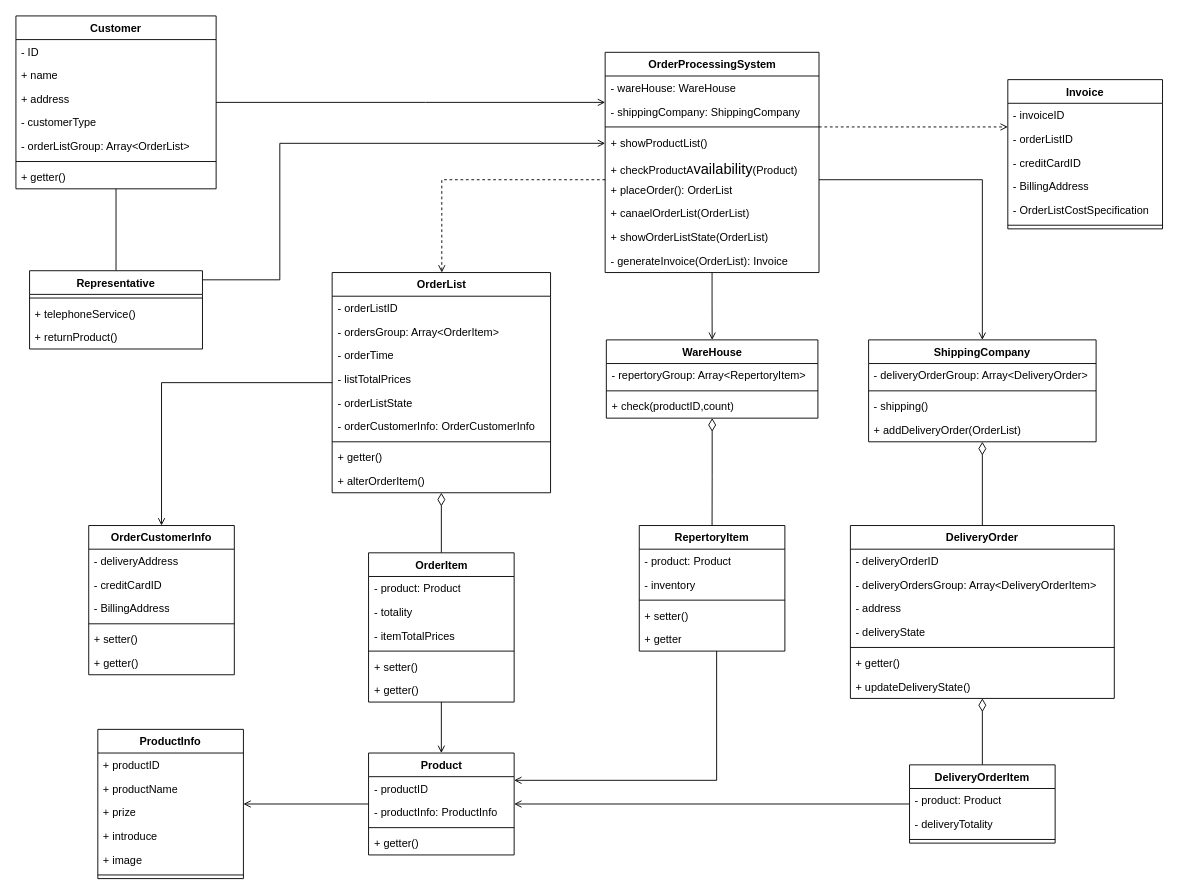
Earlier version of the draw.io diagram orders/orders_Class_improved.drawio (yayaer123/drawio_demo). Source tidied: cells renumbered, new cells numbered last; positions are measured from the earlier drawing's top-left corner, leaving out a move shared by most shapes. Both pictures are drawn from the tidied source at 91%, with x=0, y=0 at pixel (15, 15).
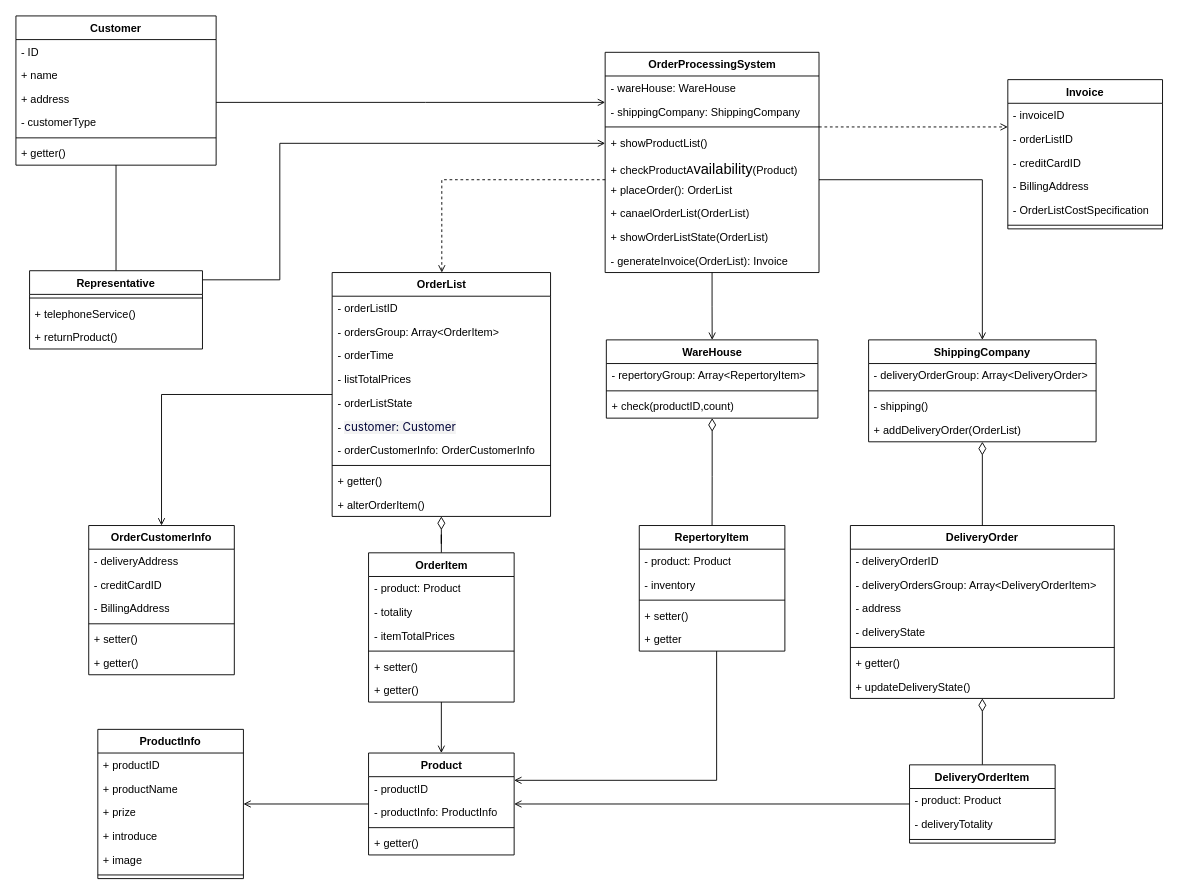
After the change.

What changed in the source:
```diff
@@
     <mxCell id="4" value="Customer" style="swimlane;fontStyle=1;align=center;verticalAlign=top;horizontal=1;startSize=26;whiteSpace=wrap;html=1;" parent="1" vertex="1">
-      <mxGeometry width="220" height="190" as="geometry" />
+      <mxGeometry width="220" height="164" as="geometry" />
     </mxCell>
@@
-    <mxCell id="9" value="- orderListGroup: Array&amp;lt;OrderList&amp;gt;" style="text;strokeColor=none;fillColor=none;align=left;verticalAlign=top;spacingLeft=4;spacingRight=4;overflow=hidden;whiteSpace=wrap;html=1;" parent="4" vertex="1">
-      <mxGeometry y="130" width="220" height="26" as="geometry" />
-    </mxCell>
     <mxCell id="10" style="line;strokeWidth=1;fillColor=none;align=left;verticalAlign=middle;spacingTop=-1;spacingLeft=3;spacingRight=3;labelPosition=right;strokeColor=inherit;" parent="4" vertex="1">
-      <mxGeometry y="156" width="220" height="8" as="geometry" />
+      <mxGeometry y="130" width="220" height="8" as="geometry" />
     </mxCell>
     <mxCell id="11" value="+ getter()" style="text;strokeColor=none;fillColor=none;align=left;verticalAlign=top;spacingLeft=4;spacingRight=4;overflow=hidden;whiteSpace=wrap;html=1;" parent="4" vertex="1">
-      <mxGeometry y="164" width="220" height="26" as="geometry" />
+      <mxGeometry y="138" width="220" height="26" as="geometry" />
     </mxCell>
@@
     <mxCell id="32" value="OrderList" style="swimlane;fontStyle=1;align=center;verticalAlign=top;horizontal=1;startSize=26;whiteSpace=wrap;html=1;" parent="1" vertex="1">
-      <mxGeometry x="347.5" y="282" width="240" height="242" as="geometry" />
+      <mxGeometry x="347.5" y="282" width="240" height="268" as="geometry" />
     </mxCell>
@@
+    <mxCell id="110" value="-&amp;nbsp;&lt;span style=&quot;color: rgb(5, 7, 59); font-family: -apple-system, BlinkMacSystemFont, &amp;quot;Segoe UI&amp;quot;, Roboto, Ubuntu, &amp;quot;Helvetica Neue&amp;quot;, Helvetica, Arial, &amp;quot;PingFang SC&amp;quot;, &amp;quot;Hiragino Sans GB&amp;quot;, &amp;quot;Microsoft YaHei UI&amp;quot;, &amp;quot;Microsoft YaHei&amp;quot;, &amp;quot;Source Han Sans CN&amp;quot;, sans-serif, &amp;quot;Apple Color Emoji&amp;quot;, &amp;quot;Segoe UI Emoji&amp;quot;; font-size: 12.75px; background-color: rgba(27, 31, 35, 0.05);&quot;&gt;customer: C&lt;/span&gt;&lt;span style=&quot;color: rgb(5, 7, 59); font-family: -apple-system, BlinkMacSystemFont, &amp;quot;Segoe UI&amp;quot;, Roboto, Ubuntu, &amp;quot;Helvetica Neue&amp;quot;, Helvetica, Arial, &amp;quot;PingFang SC&amp;quot;, &amp;quot;Hiragino Sans GB&amp;quot;, &amp;quot;Microsoft YaHei UI&amp;quot;, &amp;quot;Microsoft YaHei&amp;quot;, &amp;quot;Source Han Sans CN&amp;quot;, sans-serif, &amp;quot;Apple Color Emoji&amp;quot;, &amp;quot;Segoe UI Emoji&amp;quot;; font-size: 12.75px; background-color: rgba(27, 31, 35, 0.05);&quot;&gt;ustomer&lt;/span&gt;" style="text;strokeColor=none;fillColor=none;align=left;verticalAlign=top;spacingLeft=4;spacingRight=4;overflow=hidden;whiteSpace=wrap;html=1;" parent="32" vertex="1">
+      <mxGeometry y="156" width="240" height="26" as="geometry" />
+    </mxCell>
     <mxCell id="38" value="- orderCustomerInfo: OrderCustomerInfo" style="text;strokeColor=none;fillColor=none;align=left;verticalAlign=top;spacingLeft=4;spacingRight=4;overflow=hidden;whiteSpace=wrap;html=1;" parent="32" vertex="1">
-      <mxGeometry y="156" width="240" height="26" as="geometry" />
+      <mxGeometry y="182" width="240" height="26" as="geometry" />
     </mxCell>
     <mxCell id="39" style="line;strokeWidth=1;fillColor=none;align=left;verticalAlign=middle;spacingTop=-1;spacingLeft=3;spacingRight=3;labelPosition=right;strokeColor=inherit;" parent="32" vertex="1">
-      <mxGeometry y="182" width="240" height="8" as="geometry" />
+      <mxGeometry y="208" width="240" height="8" as="geometry" />
     </mxCell>
     <mxCell id="40" value="+ getter()" style="text;strokeColor=none;fillColor=none;align=left;verticalAlign=top;spacingLeft=4;spacingRight=4;overflow=hidden;whiteSpace=wrap;html=1;" parent="32" vertex="1">
-      <mxGeometry y="190" width="240" height="26" as="geometry" />
+      <mxGeometry y="216" width="240" height="26" as="geometry" />
     </mxCell>
     <mxCell id="41" value="+ alterOrderItem()" style="text;strokeColor=none;fillColor=none;align=left;verticalAlign=top;spacingLeft=4;spacingRight=4;overflow=hidden;whiteSpace=wrap;html=1;" parent="32" vertex="1">
-      <mxGeometry y="216" width="240" height="26" as="geometry" />
+      <mxGeometry y="242" width="240" height="26" as="geometry" />
     </mxCell>
```
